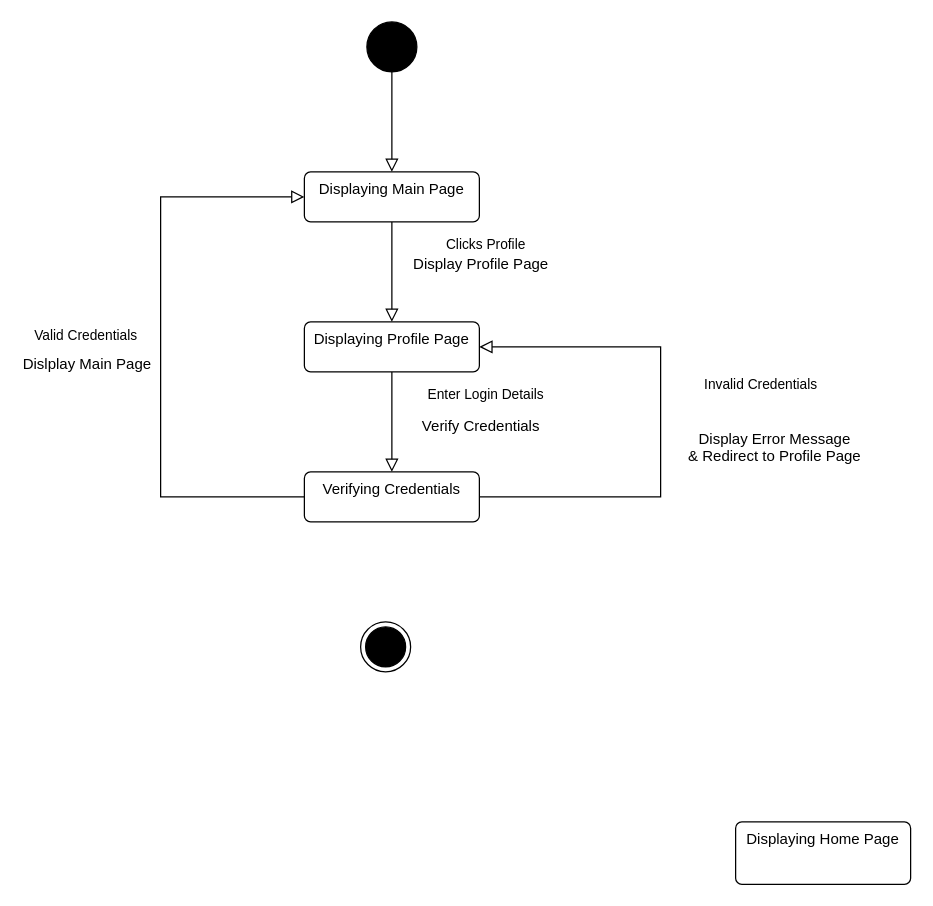
Above: Use Case 1.drawio in AbdulmoizTalpur/Tutorial-week-3 (draw.io), before the change. Source tidied: cells renumbered, new cells numbered last; positions are measured from the earlier drawing's top-left corner, leaving out a move shared by most shapes. Both pictures are drawn from the tidied source at 125%, with x=0, y=0 at pixel (160, 21).
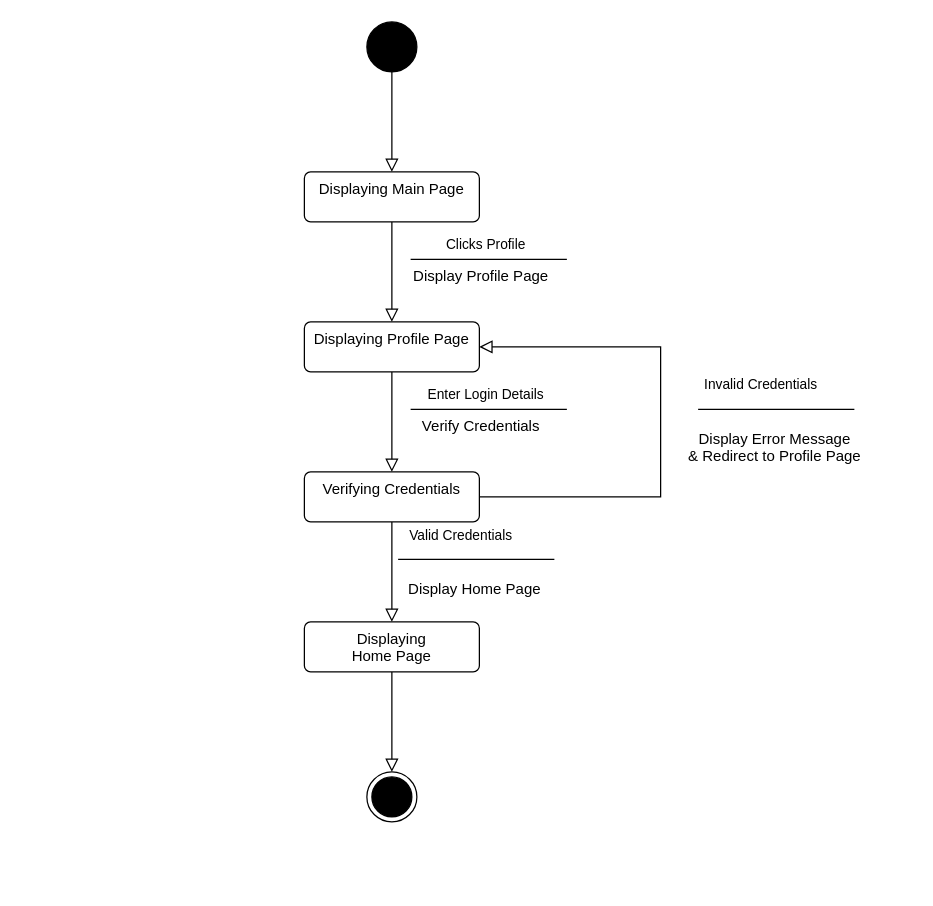
The same diagram, later.

Unchanged cells that the change refers to:
```xml
<mxCell id="5" value="Displaying Main Page" style="html=1;align=center;verticalAlign=top;rounded=1;absoluteArcSize=1;arcSize=10;dashed=0;whiteSpace=wrap;" parent="1" vertex="1">
  <mxGeometry x="115" y="120" width="140" height="40" as="geometry" />
</mxCell>
<mxCell id="7" value="Clicks Profile" style="endArrow=block;html=1;rounded=0;align=center;verticalAlign=bottom;endFill=0;labelBackgroundColor=none;endSize=8;exitX=0.5;exitY=1;exitDx=0;exitDy=0;" parent="1" edge="1" source="5">
  <mxGeometry x="-0.33" y="75" relative="1" as="geometry">
    <mxPoint x="185" y="240" as="targetPoint" />
  </mxGeometry>
</mxCell>
<mxCell id="11" value="Verifying Credentials" style="html=1;align=center;verticalAlign=top;rounded=1;absoluteArcSize=1;arcSize=10;dashed=0;whiteSpace=wrap;" parent="1" vertex="1">
  <mxGeometry x="115" y="360" width="140" height="40" as="geometry" />
</mxCell>
```

Change to the diagram source:
```diff
@@
     <mxCell id="8" value="Display Profile Page" style="html=1;align=center;verticalAlign=top;labelBackgroundColor=none;" parent="7" vertex="1">
       <mxGeometry relative="1" as="geometry">
-        <mxPoint x="70" y="-20" as="offset" />
+        <mxPoint x="70" y="-10" as="offset" />
       </mxGeometry>
     </mxCell>
@@
-    <mxCell id="12" value="Displaying Home Page" style="html=1;align=center;verticalAlign=top;rounded=1;absoluteArcSize=1;arcSize=10;dashed=0;whiteSpace=wrap;" parent="1" vertex="1">
-      <mxGeometry x="460" y="640" width="140" height="50" as="geometry" />
-    </mxCell>
-    <mxCell id="13" value="Valid Credentials" style="endArrow=block;html=1;rounded=0;align=center;verticalAlign=bottom;endFill=0;labelBackgroundColor=none;endSize=8;exitX=0;exitY=0.5;exitDx=0;exitDy=0;entryX=0;entryY=0.5;entryDx=0;entryDy=0;" parent="1" edge="1" source="11" target="5">
-      <mxGeometry y="60" relative="1" as="geometry">
-        <Array as="points">
-          <mxPoint y="380" />
-          <mxPoint y="140" />
-        </Array>
-      </mxGeometry>
-    </mxCell>
-    <mxCell id="14" value="Dislplay Main Page" style="html=1;align=center;verticalAlign=top;labelBackgroundColor=none;" parent="13" vertex="1">
-      <mxGeometry relative="1" as="geometry">
-        <mxPoint x="-60" as="offset" />
-      </mxGeometry>
-    </mxCell>
@@
     <mxCell id="17" style="ellipse;html=1;shape=endState;fillColor=strokeColor;" parent="1" vertex="1">
-      <mxGeometry x="160" y="480" width="40" height="40" as="geometry" />
+      <mxGeometry x="165" y="600" width="40" height="40" as="geometry" />
     </mxCell>
+    <mxCell id="18" style="endArrow=none;html=1;endSize=12;startArrow=none;startSize=14;startFill=0;edgeStyle=orthogonalEdgeStyle;align=center;verticalAlign=bottom;endFill=0;rounded=0;" parent="1" edge="1">
+      <mxGeometry y="3" relative="1" as="geometry">
+        <mxPoint x="200" y="190" as="sourcePoint" />
+        <mxPoint x="325" y="190" as="targetPoint" />
+      </mxGeometry>
+    </mxCell>
+    <mxCell id="19" style="endArrow=none;html=1;endSize=12;startArrow=none;startSize=14;startFill=0;edgeStyle=orthogonalEdgeStyle;align=center;verticalAlign=bottom;endFill=0;rounded=0;" parent="1" edge="1">
+      <mxGeometry y="3" relative="1" as="geometry">
+        <mxPoint x="200" y="310" as="sourcePoint" />
+        <mxPoint x="325" y="310" as="targetPoint" />
+      </mxGeometry>
+    </mxCell>
+    <mxCell id="20" style="endArrow=none;html=1;endSize=12;startArrow=none;startSize=14;startFill=0;edgeStyle=orthogonalEdgeStyle;align=center;verticalAlign=bottom;endFill=0;rounded=0;" parent="1" edge="1">
+      <mxGeometry y="3" relative="1" as="geometry">
+        <mxPoint x="430" y="310" as="sourcePoint" />
+        <mxPoint x="555" y="310" as="targetPoint" />
+      </mxGeometry>
+    </mxCell>
+    <mxCell id="21" style="endArrow=none;html=1;endSize=12;startArrow=none;startSize=14;startFill=0;edgeStyle=orthogonalEdgeStyle;align=center;verticalAlign=bottom;endFill=0;rounded=0;" parent="1" edge="1">
+      <mxGeometry y="3" relative="1" as="geometry">
+        <mxPoint x="190" y="430" as="sourcePoint" />
+        <mxPoint x="315" y="430" as="targetPoint" />
+      </mxGeometry>
+    </mxCell>
+    <mxCell id="13" value="Valid Credentials" style="endArrow=block;html=1;rounded=0;align=center;verticalAlign=bottom;endFill=0;labelBackgroundColor=none;endSize=8;exitX=0.5;exitY=1;exitDx=0;exitDy=0;" parent="1" edge="1" source="11">
+      <mxGeometry x="-0.5" y="55" relative="1" as="geometry">
+        <mxPoint x="185" y="480" as="targetPoint" />
+      </mxGeometry>
+    </mxCell>
+    <mxCell id="22" value="Display Home Page" style="html=1;align=center;verticalAlign=top;labelBackgroundColor=none;" parent="13" vertex="1">
+      <mxGeometry relative="1" as="geometry">
+        <mxPoint x="65" as="offset" />
+      </mxGeometry>
+    </mxCell>
+    <mxCell id="12" value="Displaying&lt;br&gt;Home Page" style="html=1;align=center;verticalAlign=top;rounded=1;absoluteArcSize=1;arcSize=10;dashed=0;whiteSpace=wrap;" parent="1" vertex="1">
+      <mxGeometry x="115" y="480" width="140" height="40" as="geometry" />
+    </mxCell>
+    <mxCell id="23" style="endArrow=block;html=1;rounded=0;align=center;verticalAlign=bottom;endFill=0;labelBackgroundColor=none;endSize=8;exitX=0.5;exitY=1;exitDx=0;exitDy=0;" parent="1" edge="1" source="12">
+      <mxGeometry relative="1" as="geometry">
+        <mxPoint x="185" y="600" as="targetPoint" />
+      </mxGeometry>
+    </mxCell>
+    <mxCell id="24" style="html=1;align=center;verticalAlign=top;labelBackgroundColor=none;" parent="23" vertex="1">
+      <mxGeometry relative="1" as="geometry" />
+    </mxCell>
```
